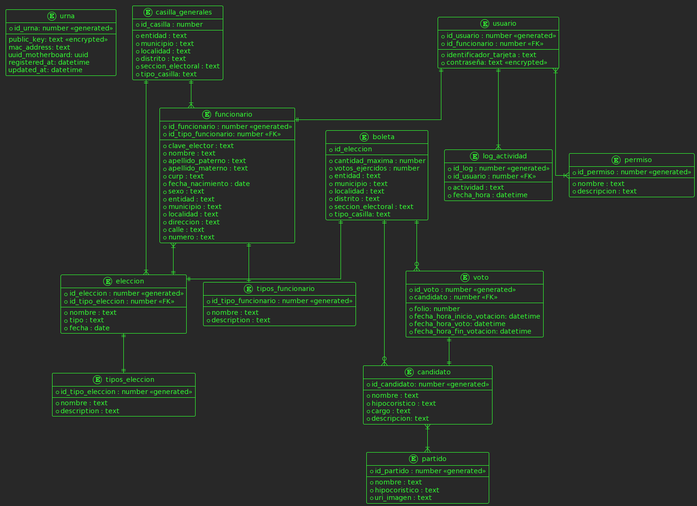
Before: documentacion/imgs/ER-green.png, a diagram exported from PlantUML (EkBalam/urna_electronica).
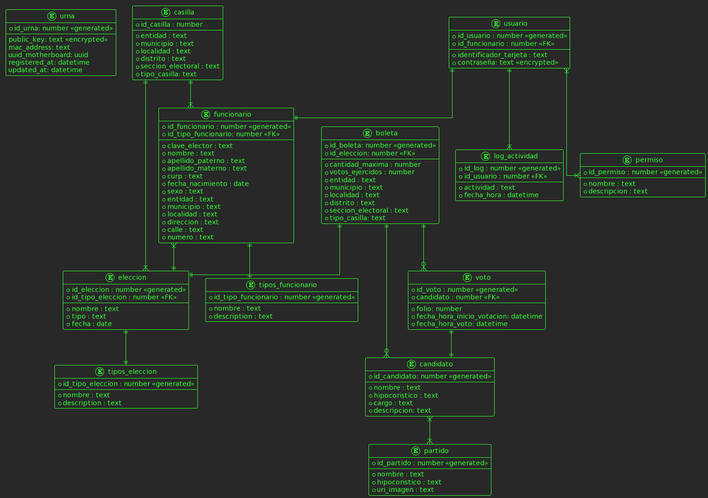
Later version of the same file.

Diff of the diagram source:
```diff
@@ -13,7 +13,7 @@
     updated_at: datetime
 }
 
-entity casilla_generales{
+entity casilla{
     * id_casilla : number
     --
     * entidad : text
@@ -83,7 +83,8 @@
 
 
 entity boleta{
-    * id_eleccion
+    * id_boleta: number <<generated>>
+    * id_eleccion: number <<FK>>
     --
     * cantidad_maxima : number
     * votos_ejercidos : number
@@ -102,7 +103,6 @@
     * folio: number
     * fecha_hora_inicio_votacion: datetime
     * fecha_hora_voto: datetime
-    * fecha_hora_fin_votacion: datetime
 }
 
 entity candidato{
@@ -140,7 +140,7 @@
 boleta ||--o{ voto
 voto ||--|| candidato
 candidato }|--|{ partido
-casilla_generales ||--|{ funcionario
-casilla_generales ||--|{ eleccion
+casilla ||--|{ funcionario
+casilla ||--|{ eleccion
 usuario ||--|{ log_actividad
 @enduml
```
